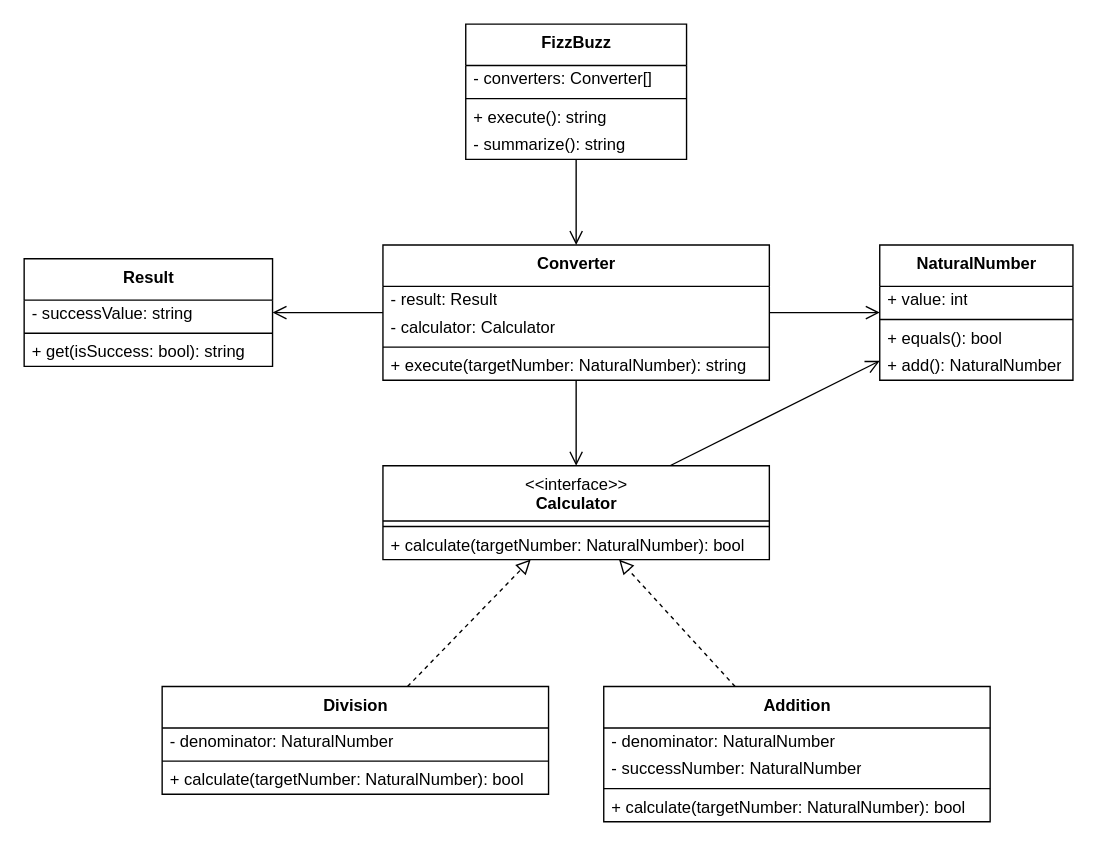
Earlier version of the draw.io diagram uml.drawio (naoyuki42/oop-fizzbuzz). Source tidied: cells renumbered, new cells numbered last; positions are measured from the earlier drawing's top-left corner, leaving out a move shared by most shapes. Both pictures are drawn from the tidied source at 138%, with x=0, y=0 at pixel (23, 23).
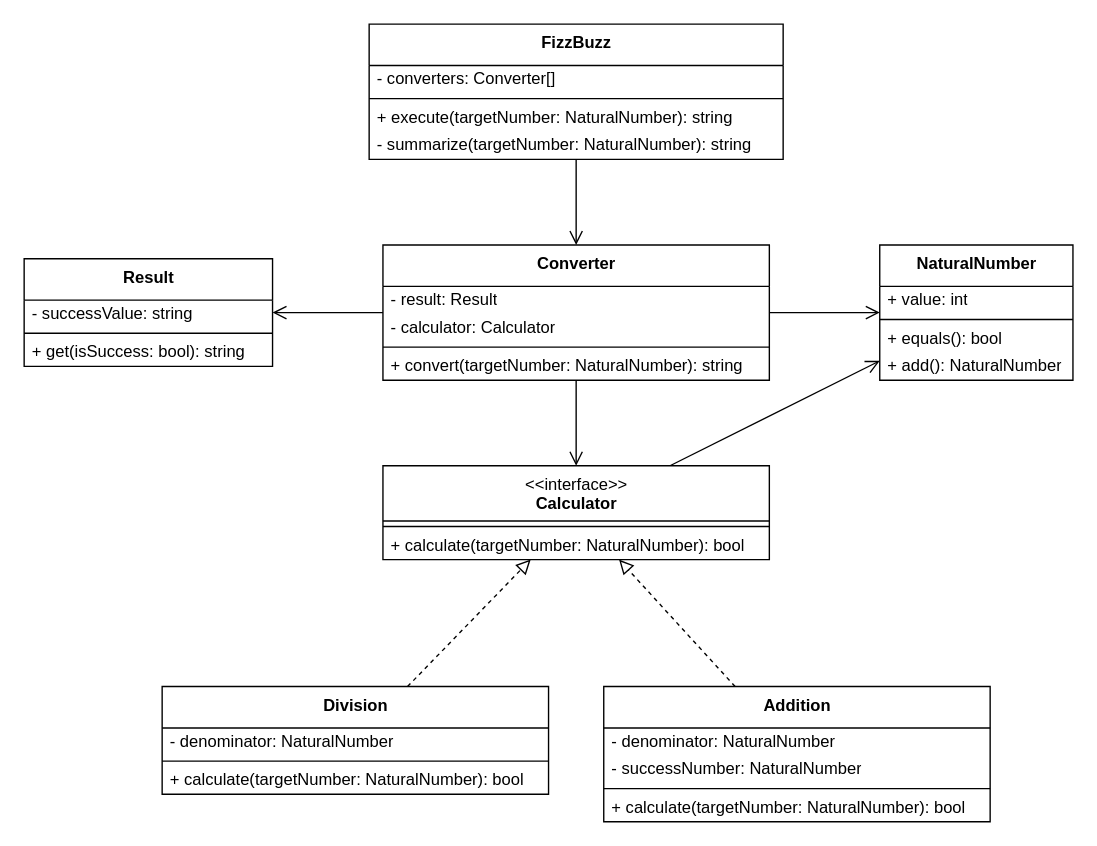
The same page after the edit.

Commit message (it also covers changes not shown here):
modify: 引数の変数名の修正

The change refers to these unchanged cells:
```xml
<mxCell id="11" value="&lt;b style=&quot;&quot;&gt;Converter&lt;/b&gt;" style="swimlane;fontStyle=0;align=center;verticalAlign=top;horizontal=1;startSize=30;html=1;" parent="1" vertex="1">
  <mxGeometry x="260" y="160" width="280" height="98" as="geometry" />
</mxCell>
```

The edit, as a diff of the source:
```diff
@@
-    <mxCell id="15" value="+ execute(targetNumber: NaturalNumber): string" style="text;html=1;strokeColor=none;fillColor=none;align=left;verticalAlign=middle;spacingLeft=4;spacingRight=4;overflow=hidden;" parent="11" vertex="1">
+    <mxCell id="15" value="+ convert(targetNumber: NaturalNumber): string" style="text;html=1;strokeColor=none;fillColor=none;align=left;verticalAlign=middle;spacingLeft=4;spacingRight=4;overflow=hidden;" parent="11" vertex="1">
       <mxGeometry y="78" width="280" height="20" as="geometry" />
     </mxCell>
@@
     <mxCell id="25" value="&lt;b&gt;FizzBuzz&lt;/b&gt;" style="swimlane;fontStyle=0;align=center;verticalAlign=top;horizontal=1;startSize=30;html=1;" parent="1" vertex="1">
-      <mxGeometry x="320" width="160" height="98" as="geometry" />
+      <mxGeometry x="250" width="300" height="98" as="geometry" />
     </mxCell>
     <mxCell id="26" value="- converters: Converter[]" style="text;html=1;strokeColor=none;fillColor=none;align=left;verticalAlign=middle;spacingLeft=4;spacingRight=4;overflow=hidden;" parent="25" vertex="1">
-      <mxGeometry y="30" width="160" height="20" as="geometry" />
+      <mxGeometry y="30" width="300" height="20" as="geometry" />
     </mxCell>
     <mxCell id="27" style="line;strokeWidth=1;fillColor=none;align=left;verticalAlign=middle;spacingTop=-1;spacingLeft=3;spacingRight=3;labelPosition=right;" parent="25" vertex="1">
-      <mxGeometry y="50" width="160" height="8" as="geometry" />
+      <mxGeometry y="50" width="300" height="8" as="geometry" />
     </mxCell>
-    <mxCell id="28" value="+ execute(): string" style="text;html=1;strokeColor=none;fillColor=none;align=left;verticalAlign=middle;spacingLeft=4;spacingRight=4;overflow=hidden;" parent="25" vertex="1">
-      <mxGeometry y="58" width="160" height="20" as="geometry" />
+    <mxCell id="28" value="+ execute(targetNumber: NaturalNumber): string" style="text;html=1;strokeColor=none;fillColor=none;align=left;verticalAlign=middle;spacingLeft=4;spacingRight=4;overflow=hidden;" parent="25" vertex="1">
+      <mxGeometry y="58" width="300" height="20" as="geometry" />
     </mxCell>
-    <mxCell id="29" value="- summarize(): string" style="text;html=1;strokeColor=none;fillColor=none;align=left;verticalAlign=middle;spacingLeft=4;spacingRight=4;overflow=hidden;" parent="25" vertex="1">
-      <mxGeometry y="78" width="160" height="20" as="geometry" />
+    <mxCell id="29" value="- summarize(targetNumber: NaturalNumber): string" style="text;html=1;strokeColor=none;fillColor=none;align=left;verticalAlign=middle;spacingLeft=4;spacingRight=4;overflow=hidden;" parent="25" vertex="1">
+      <mxGeometry y="78" width="300" height="20" as="geometry" />
     </mxCell>
```
